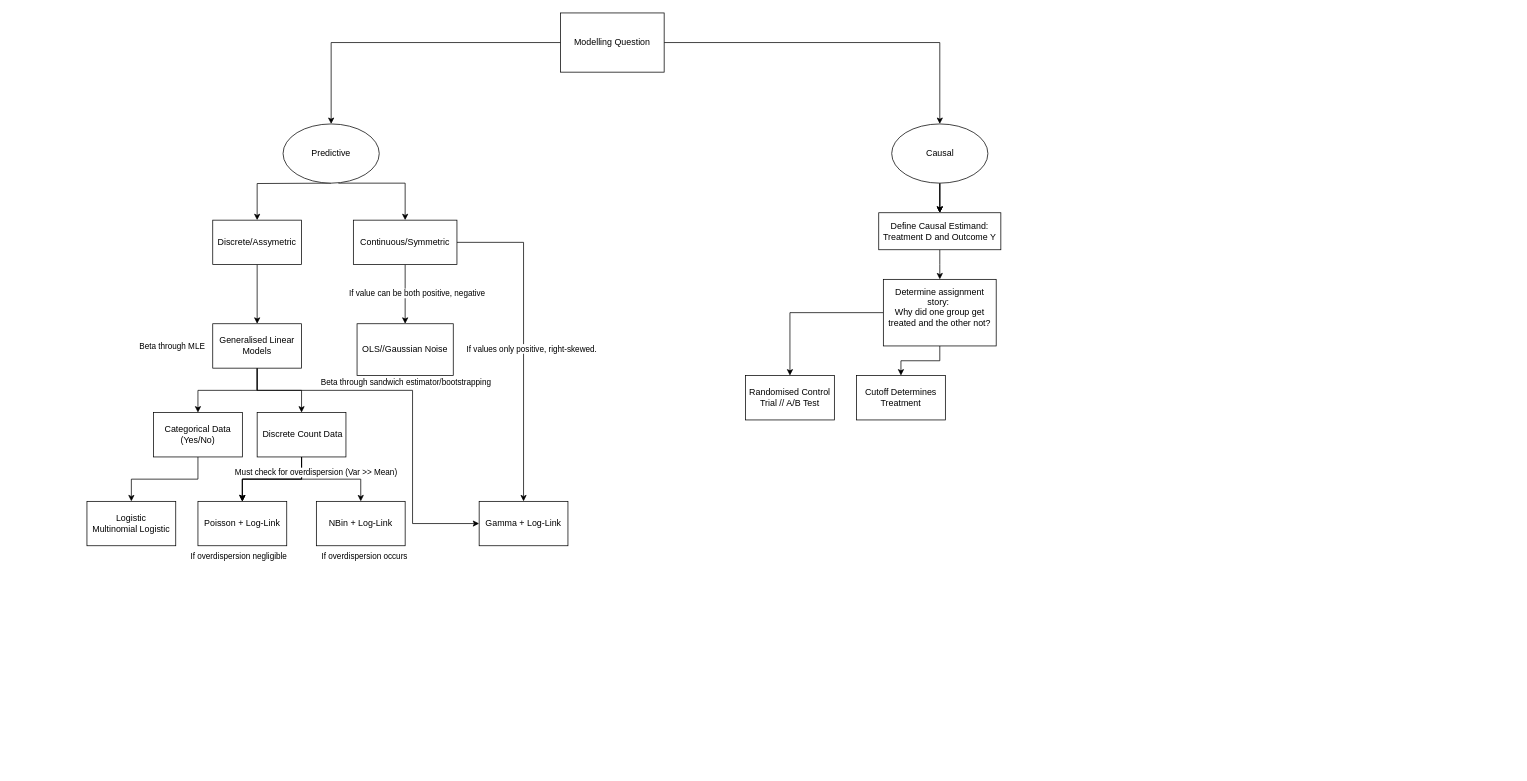
The draw.io diagram page "ModelSelection" (1 of 4) of Model Selection.drawio in henry-a-m-webster/Point72CaseStudy_OTIS, before the edit. Source tidied: cells renumbered, new cells numbered last; positions are measured from the earlier drawing's top-left corner, leaving out a move shared by most shapes. Both pictures are drawn from the tidied source at 74%, with x=0, y=0 at pixel (87, 13).
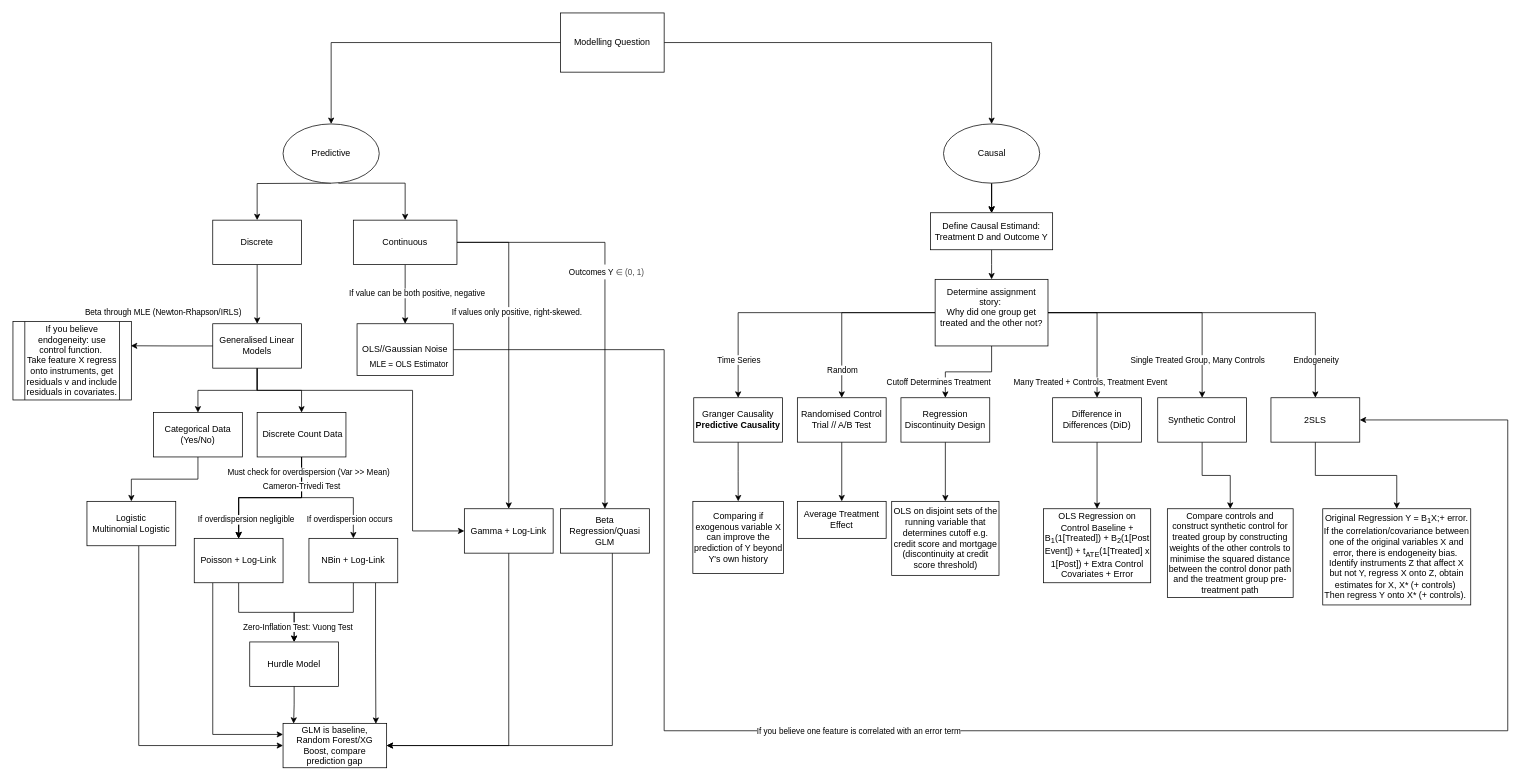
The same page after the edit.

Unchanged cells that the change refers to:
```xml
<mxCell id="17" value="OLS//Gaussian Noise" style="whiteSpace=wrap;html=1;rounded=0;" parent="1" vertex="1">
  <mxGeometry x="365" y="420" width="130" height="70" as="geometry" />
</mxCell>
<mxCell id="21" value="Generalised Linear Models" style="whiteSpace=wrap;html=1;rounded=0;" parent="1" vertex="1">
  <mxGeometry x="170" y="420" width="120" height="60" as="geometry" />
</mxCell>
<mxCell id="27" style="edgeStyle=orthogonalEdgeStyle;rounded=0;jettySize=auto;html=1;" parent="1" edge="1" source="29" target="31">
  <mxGeometry relative="1" as="geometry" />
</mxCell>
<mxCell id="46" value="Logistic&lt;div&gt;Multinomial Logistic&lt;/div&gt;" style="whiteSpace=wrap;html=1;rounded=0;" parent="1" vertex="1">
  <mxGeometry y="660" width="120" height="60" as="geometry" />
</mxCell>
```

What changed in the source:
```diff
@@
     <mxCell id="11" value="Causal" style="ellipse;whiteSpace=wrap;html=1;rounded=0;" parent="1" vertex="1">
-      <mxGeometry x="1087.5" y="150" width="130" height="80" as="geometry" />
+      <mxGeometry x="1157.5" y="150" width="130" height="80" as="geometry" />
     </mxCell>
@@
-    <mxCell id="13" value="Discrete/Assymetric" style="whiteSpace=wrap;html=1;rounded=0;" parent="1" vertex="1">
+    <mxCell id="13" value="Discrete" style="whiteSpace=wrap;html=1;rounded=0;" parent="1" vertex="1">
       <mxGeometry x="170" y="280" width="120" height="60" as="geometry" />
     </mxCell>
@@
+    <mxCell id="47" style="edgeStyle=orthogonalEdgeStyle;rounded=0;jettySize=auto;html=1;entryX=0.5;entryY=0;entryDx=0;entryDy=0;" parent="1" edge="1" source="16" target="63">
+      <mxGeometry relative="1" as="geometry">
+        <Array as="points">
+          <mxPoint x="700" y="310" />
+        </Array>
+      </mxGeometry>
+    </mxCell>
-    <mxCell id="16" value="Continuous/Symmetric" style="whiteSpace=wrap;html=1;rounded=0;" parent="1" vertex="1">
+    <mxCell id="16" value="Continuous" style="whiteSpace=wrap;html=1;rounded=0;" parent="1" vertex="1">
       <mxGeometry x="360" y="280" width="140" height="60" as="geometry" />
     </mxCell>
+    <mxCell id="48" style="edgeStyle=orthogonalEdgeStyle;rounded=0;jettySize=auto;html=1;entryX=1;entryY=0.5;entryDx=0;entryDy=0;" parent="1" edge="1" source="17" target="79">
+      <mxGeometry relative="1" as="geometry">
+        <Array as="points">
+          <mxPoint x="780" y="455" />
+          <mxPoint x="780" y="970" />
+          <mxPoint x="1920" y="970" />
+          <mxPoint x="1920" y="550" />
+        </Array>
+      </mxGeometry>
+    </mxCell>
+    <mxCell id="49" value="If you believe one feature is correlated with an error term" style="edgeLabel;html=1;align=center;verticalAlign=middle;" parent="48" vertex="1">
+      <mxGeometry x="-0.17" relative="1" as="geometry" />
+    </mxCell>
@@
-    <mxCell id="20" style="edgeStyle=orthogonalEdgeStyle;rounded=0;jettySize=auto;html=1;" parent="1" edge="1" source="21" target="43">
+    <mxCell id="20" style="edgeStyle=orthogonalEdgeStyle;rounded=0;jettySize=auto;html=1;entryX=0;entryY=0.5;entryDx=0;entryDy=0;" parent="1" edge="1" source="21" target="43">
       <mxGeometry relative="1" as="geometry">
         <Array as="points">
           <mxPoint x="230" y="510" />
           <mxPoint x="440" y="510" />
+          <mxPoint x="440" y="700" />
         </Array>
       </mxGeometry>
     </mxCell>
@@
     <mxCell id="28" value="Must check for overdispersion (Var &amp;gt;&amp;gt; Mean)&amp;nbsp;" style="edgeLabel;html=1;align=center;verticalAlign=middle;" parent="27" vertex="1">
       <mxGeometry x="0.36" relative="1" as="geometry">
-        <mxPoint x="-45" y="-10" as="offset" />
+        <mxPoint x="-57" y="-35" as="offset" />
       </mxGeometry>
     </mxCell>
@@
+    <mxCell id="50" style="edgeStyle=orthogonalEdgeStyle;rounded=0;jettySize=auto;html=1;" parent="1" edge="1" source="30" target="66">
+      <mxGeometry relative="1" as="geometry" />
+    </mxCell>
+    <mxCell id="51" style="edgeStyle=orthogonalEdgeStyle;rounded=0;jettySize=auto;html=1;entryX=0;entryY=0.25;entryDx=0;entryDy=0;" parent="1" edge="1" source="30" target="90">
+      <mxGeometry relative="1" as="geometry">
+        <Array as="points">
+          <mxPoint x="170" y="975" />
+        </Array>
+      </mxGeometry>
+    </mxCell>
     <mxCell id="30" value="Poisson + Log-Link" style="rounded=0;whiteSpace=wrap;html=1;" parent="1" vertex="1">
-      <mxGeometry x="150" y="660" width="120" height="60" as="geometry" />
+      <mxGeometry x="145" y="710" width="120" height="60" as="geometry" />
     </mxCell>
+    <mxCell id="52" style="edgeStyle=orthogonalEdgeStyle;rounded=0;jettySize=auto;html=1;" parent="1" edge="1" source="31" target="66">
+      <mxGeometry relative="1" as="geometry" />
+    </mxCell>
+    <mxCell id="53" style="edgeStyle=orthogonalEdgeStyle;rounded=0;jettySize=auto;html=1;exitX=0.75;exitY=1;exitDx=0;exitDy=0;entryX=0.896;entryY=0.011;entryDx=0;entryDy=0;entryPerimeter=0;" parent="1" edge="1" source="31" target="90">
+      <mxGeometry relative="1" as="geometry" />
+    </mxCell>
     <mxCell id="31" value="NBin + Log-Link" style="whiteSpace=wrap;html=1;rounded=0;" parent="1" vertex="1">
-      <mxGeometry x="310" y="660" width="120" height="60" as="geometry" />
+      <mxGeometry x="300" y="710" width="120" height="60" as="geometry" />
     </mxCell>
     <mxCell id="32" value="If overdispersion occurs" style="edgeLabel;html=1;align=center;verticalAlign=middle;" parent="1" vertex="1">
-      <mxGeometry x="370" y="740" as="geometry">
+      <mxGeometry x="350" y="690" as="geometry">
         <mxPoint x="4" y="-6" as="offset" />
       </mxGeometry>
     </mxCell>
     <mxCell id="33" value="If overdispersion negligible" style="edgeLabel;html=1;align=center;verticalAlign=middle;" parent="1" vertex="1">
-      <mxGeometry x="200" y="740" as="geometry">
+      <mxGeometry x="210" y="690" as="geometry">
         <mxPoint x="4" y="-6" as="offset" />
       </mxGeometry>
     </mxCell>
-    <mxCell id="34" value="Beta through MLE" style="edgeLabel;html=1;align=center;verticalAlign=middle;" parent="1" vertex="1">
-      <mxGeometry x="110" y="455" as="geometry">
-        <mxPoint x="4" y="-6" as="offset" />
+    <mxCell id="34" value="Beta through MLE (Newton-Rhapson/IRLS)" style="edgeLabel;html=1;align=center;verticalAlign=middle;" parent="1" vertex="1">
+      <mxGeometry x="100" y="405" as="geometry">
+        <mxPoint x="2" y="-2" as="offset" />
       </mxGeometry>
     </mxCell>
-    <mxCell id="35" value="Beta through sandwich estimator/bootstrapping" style="edgeLabel;html=1;align=center;verticalAlign=middle;" parent="1" vertex="1">
-      <mxGeometry x="380" y="500" as="geometry">
-        <mxPoint x="50" y="-2" as="offset" />
-      </mxGeometry>
-    </mxCell>
@@
     <mxCell id="37" value="Define Causal Estimand: Treatment D and Outcome Y" style="rounded=0;whiteSpace=wrap;html=1;" parent="1" vertex="1">
-      <mxGeometry x="1070" y="270" width="165" height="50" as="geometry" />
+      <mxGeometry x="1140" y="270" width="165" height="50" as="geometry" />
     </mxCell>
@@
+    <mxCell id="54" style="edgeStyle=orthogonalEdgeStyle;rounded=0;jettySize=auto;html=1;entryX=0.5;entryY=0;entryDx=0;entryDy=0;" parent="1" edge="1" source="40" target="71">
+      <mxGeometry relative="1" as="geometry" />
+    </mxCell>
+    <mxCell id="55" style="edgeStyle=orthogonalEdgeStyle;rounded=0;jettySize=auto;html=1;" parent="1" edge="1" source="40" target="76">
+      <mxGeometry relative="1" as="geometry" />
+    </mxCell>
+    <mxCell id="56" style="edgeStyle=orthogonalEdgeStyle;rounded=0;jettySize=auto;html=1;" parent="1" edge="1" source="40" target="79">
+      <mxGeometry relative="1" as="geometry" />
+    </mxCell>
+    <mxCell id="57" style="edgeStyle=orthogonalEdgeStyle;rounded=0;jettySize=auto;html=1;" parent="1" edge="1" source="40" target="82">
+      <mxGeometry relative="1" as="geometry" />
+    </mxCell>
     <mxCell id="40" value="Determine assignment story:&amp;nbsp;&lt;div&gt;Why did one group get treated and the other not?&lt;br&gt;&lt;div&gt;&lt;br&gt;&lt;/div&gt;&lt;/div&gt;" style="whiteSpace=wrap;html=1;rounded=0;" parent="1" vertex="1">
-      <mxGeometry x="1076.2" y="360" width="152.5" height="90" as="geometry" />
+      <mxGeometry x="1146.2" y="360" width="152.5" height="90" as="geometry" />
     </mxCell>
+    <mxCell id="58" style="edgeStyle=orthogonalEdgeStyle;rounded=0;jettySize=auto;html=1;" parent="1" edge="1" source="41" target="84">
+      <mxGeometry relative="1" as="geometry" />
+    </mxCell>
     <mxCell id="41" value="Randomised Control Trial // A/B Test" style="whiteSpace=wrap;html=1;rounded=0;" parent="1" vertex="1">
-      <mxGeometry x="890" y="490" width="120" height="60" as="geometry" />
+      <mxGeometry x="960" y="520" width="120" height="60" as="geometry" />
     </mxCell>
+    <mxCell id="59" style="edgeStyle=orthogonalEdgeStyle;rounded=0;jettySize=auto;html=1;" parent="1" edge="1" source="42" target="87">
+      <mxGeometry relative="1" as="geometry" />
+    </mxCell>
-    <mxCell id="42" value="Cutoff Determines Treatment" style="whiteSpace=wrap;html=1;rounded=0;" parent="1" vertex="1">
-      <mxGeometry x="1040" y="490" width="120" height="60" as="geometry" />
+    <mxCell id="42" value="Regression Discontinuity Design" style="whiteSpace=wrap;html=1;rounded=0;" parent="1" vertex="1">
+      <mxGeometry x="1100" y="520" width="120" height="60" as="geometry" />
     </mxCell>
+    <mxCell id="60" style="edgeStyle=orthogonalEdgeStyle;rounded=0;jettySize=auto;html=1;entryX=1;entryY=0.5;entryDx=0;entryDy=0;" parent="1" edge="1" source="43" target="90">
+      <mxGeometry relative="1" as="geometry">
+        <Array as="points">
+          <mxPoint x="570" y="990" />
+        </Array>
+      </mxGeometry>
+    </mxCell>
     <mxCell id="43" value="Gamma + Log-Link" style="whiteSpace=wrap;html=1;rounded=0;" parent="1" vertex="1">
-      <mxGeometry x="530" y="660" width="120" height="60" as="geometry" />
+      <mxGeometry x="510" y="670" width="120" height="60" as="geometry" />
     </mxCell>
@@
     <mxCell id="45" value="If values only positive, right-skewed." style="edgeLabel;html=1;align=center;verticalAlign=middle;" parent="1" vertex="1">
-      <mxGeometry x="550" y="455" as="geometry">
+      <mxGeometry x="530" y="405" as="geometry">
         <mxPoint x="50" y="-2" as="offset" />
       </mxGeometry>
     </mxCell>
+    <mxCell id="61" style="edgeStyle=orthogonalEdgeStyle;rounded=0;jettySize=auto;html=1;entryX=0;entryY=0.5;entryDx=0;entryDy=0;" parent="1" edge="1" source="46" target="90">
+      <mxGeometry relative="1" as="geometry">
+        <Array as="points">
+          <mxPoint x="70" y="990" />
+        </Array>
+      </mxGeometry>
+    </mxCell>
@@
+    <mxCell id="62" style="edgeStyle=orthogonalEdgeStyle;rounded=0;jettySize=auto;html=1;entryX=1;entryY=0.5;entryDx=0;entryDy=0;" parent="1" edge="1" source="63" target="90">
+      <mxGeometry relative="1" as="geometry">
+        <Array as="points">
+          <mxPoint x="710" y="990" />
+        </Array>
+      </mxGeometry>
+    </mxCell>
+    <mxCell id="63" value="Beta Regression/Quasi GLM" style="whiteSpace=wrap;html=1;rounded=0;" parent="1" vertex="1">
+      <mxGeometry x="640" y="670" width="120" height="60" as="geometry" />
+    </mxCell>
+    <mxCell id="64" value="&lt;div style=&quot;text-align: start;&quot;&gt;&lt;br&gt;&lt;/div&gt;" style="edgeLabel;html=1;align=center;verticalAlign=middle;" parent="1" vertex="1">
+      <mxGeometry x="690" y="310" as="geometry">
+        <mxPoint x="60" y="31" as="offset" />
+      </mxGeometry>
+    </mxCell>
+    <mxCell id="65" value="&lt;font style=&quot;font-size: 11px;&quot;&gt;Outcomes Y&amp;nbsp;&lt;span style=&quot;color: rgb(71, 71, 71); font-family: Arial, sans-serif; text-align: start; background-color: rgb(255, 255, 255);&quot;&gt;∈ &lt;/span&gt;&lt;span style=&quot;color: rgb(71, 71, 71); font-family: Arial, sans-serif; text-align: start; background-color: rgb(255, 255, 255);&quot;&gt;(0, 1)&lt;/span&gt;&lt;/font&gt;" style="text;html=1;whiteSpace=wrap;strokeColor=none;fillColor=default;align=center;verticalAlign=middle;rounded=0;" parent="1" vertex="1">
+      <mxGeometry x="645" y="340" width="115" height="20" as="geometry" />
+    </mxCell>
+    <mxCell id="66" value="Hurdle Model" style="whiteSpace=wrap;html=1;rounded=0;" parent="1" vertex="1">
+      <mxGeometry x="220" y="850" width="120" height="60" as="geometry" />
+    </mxCell>
+    <mxCell id="67" value="Cameron-Trivedi Test" style="edgeLabel;html=1;align=center;verticalAlign=middle;" parent="1" vertex="1">
+      <mxGeometry x="270" y="630" as="geometry">
+        <mxPoint x="19" y="9" as="offset" />
+      </mxGeometry>
+    </mxCell>
+    <mxCell id="68" value="Zero-Inflation Test: Vuong Test" style="edgeLabel;html=1;align=center;verticalAlign=middle;" parent="1" vertex="1">
+      <mxGeometry x="265" y="820" as="geometry">
+        <mxPoint x="19" y="9" as="offset" />
+      </mxGeometry>
+    </mxCell>
+    <mxCell id="69" value="MLE = OLS Estimator" style="edgeLabel;html=1;align=center;verticalAlign=middle;" parent="1" vertex="1">
+      <mxGeometry x="430" y="480" as="geometry">
+        <mxPoint x="4" y="-6" as="offset" />
+      </mxGeometry>
+    </mxCell>
+    <mxCell id="70" style="edgeStyle=orthogonalEdgeStyle;rounded=0;jettySize=auto;html=1;" parent="1" edge="1" source="71" target="86">
+      <mxGeometry relative="1" as="geometry" />
+    </mxCell>
+    <mxCell id="71" value="Difference in Differences (DiD)" style="whiteSpace=wrap;html=1;rounded=0;" parent="1" vertex="1">
+      <mxGeometry x="1305" y="520" width="120" height="60" as="geometry" />
+    </mxCell>
+    <mxCell id="72" value="Random" style="edgeLabel;html=1;align=center;verticalAlign=middle;" parent="1" vertex="1">
+      <mxGeometry x="970" y="484" as="geometry">
+        <mxPoint x="50" y="-2" as="offset" />
+      </mxGeometry>
+    </mxCell>
+    <mxCell id="73" value="Cutoff Determines Treatment" style="edgeLabel;html=1;align=center;verticalAlign=middle;" parent="1" vertex="1">
+      <mxGeometry x="1100" y="500" as="geometry">
+        <mxPoint x="50" y="-2" as="offset" />
+      </mxGeometry>
+    </mxCell>
+    <mxCell id="74" value="Many Treated + Controls, Treatment Event" style="edgeLabel;html=1;align=center;verticalAlign=middle;" parent="1" vertex="1">
+      <mxGeometry x="1305" y="500" as="geometry">
+        <mxPoint x="50" y="-2" as="offset" />
+      </mxGeometry>
+    </mxCell>
+    <mxCell id="75" style="edgeStyle=orthogonalEdgeStyle;rounded=0;jettySize=auto;html=1;" parent="1" edge="1" source="76" target="88">
+      <mxGeometry relative="1" as="geometry" />
+    </mxCell>
+    <mxCell id="76" value="Synthetic Control" style="whiteSpace=wrap;html=1;rounded=0;" parent="1" vertex="1">
+      <mxGeometry x="1447" y="520" width="120" height="60" as="geometry" />
+    </mxCell>
+    <mxCell id="77" value="Single Treated Group, Many Controls" style="edgeLabel;html=1;align=center;verticalAlign=middle;" parent="1" vertex="1">
+      <mxGeometry x="1450" y="470" as="geometry">
+        <mxPoint x="50" y="-2" as="offset" />
+      </mxGeometry>
+    </mxCell>
+    <mxCell id="78" style="edgeStyle=orthogonalEdgeStyle;rounded=0;jettySize=auto;html=1;" parent="1" edge="1" source="79" target="89">
+      <mxGeometry relative="1" as="geometry" />
+    </mxCell>
+    <mxCell id="79" value="2SLS" style="whiteSpace=wrap;html=1;rounded=0;" parent="1" vertex="1">
+      <mxGeometry x="1600" y="520" width="120" height="60" as="geometry" />
+    </mxCell>
+    <mxCell id="80" value="Endogeneity" style="edgeLabel;html=1;align=center;verticalAlign=middle;" parent="1" vertex="1">
+      <mxGeometry x="1610" y="470" as="geometry">
+        <mxPoint x="50" y="-2" as="offset" />
+      </mxGeometry>
+    </mxCell>
+    <mxCell id="81" style="edgeStyle=orthogonalEdgeStyle;rounded=0;jettySize=auto;html=1;" parent="1" edge="1" source="82" target="85">
+      <mxGeometry relative="1" as="geometry" />
+    </mxCell>
+    <mxCell id="82" value="Granger Causality&lt;br&gt;&lt;b&gt;Predictive Causality&lt;/b&gt;" style="whiteSpace=wrap;html=1;rounded=0;" parent="1" vertex="1">
+      <mxGeometry x="820" y="520" width="120" height="60" as="geometry" />
+    </mxCell>
+    <mxCell id="83" value="Time Series" style="edgeLabel;html=1;align=center;verticalAlign=middle;" parent="1" vertex="1">
+      <mxGeometry x="830" y="470" as="geometry">
+        <mxPoint x="50" y="-2" as="offset" />
+      </mxGeometry>
+    </mxCell>
+    <mxCell id="84" value="Average Treatment Effect" style="whiteSpace=wrap;html=1;rounded=0;" parent="1" vertex="1">
+      <mxGeometry x="960" y="660" width="120" height="50" as="geometry" />
+    </mxCell>
+    <mxCell id="85" value="Comparing if exogenous variable X can improve the prediction of Y beyond Y's own history" style="whiteSpace=wrap;html=1;rounded=0;" parent="1" vertex="1">
+      <mxGeometry x="818.8" y="660" width="122.5" height="97.5" as="geometry" />
+    </mxCell>
+    <mxCell id="86" value="OLS Regression on Control Baseline + B&lt;sub&gt;1&lt;/sub&gt;(1[Treated]) + B&lt;sub&gt;2&lt;/sub&gt;(1[Post Event]) + t&lt;sub&gt;ATE&lt;/sub&gt;(1[Treated] x 1[Post]) + Extra Control Covariates + Error" style="whiteSpace=wrap;html=1;rounded=0;" parent="1" vertex="1">
+      <mxGeometry x="1292.5" y="670" width="145" height="100" as="geometry" />
+    </mxCell>
+    <mxCell id="87" value="OLS on disjoint sets of the running variable that determines cutoff e.g. credit score and mortgage (discontinuity at credit score threshold)" style="whiteSpace=wrap;html=1;rounded=0;" parent="1" vertex="1">
+      <mxGeometry x="1087.5" y="660" width="145" height="100" as="geometry" />
+    </mxCell>
+    <mxCell id="88" value="Compare controls and construct synthetic control for treated group by constructing weights of the other controls to minimise the squared distance between the control donor path and the treatment group pre-treatment path" style="whiteSpace=wrap;html=1;rounded=0;" parent="1" vertex="1">
+      <mxGeometry x="1460" y="670" width="170" height="120" as="geometry" />
+    </mxCell>
+    <mxCell id="89" value="Original Regression Y = B&lt;sub&gt;1&lt;/sub&gt;X;+ error. If the correlation/covariance between one of the original variables X and error, there is endogeneity bias.&amp;nbsp;&lt;br&gt;&lt;div&gt;Identify instruments Z that affect X but not Y, regress X onto Z, obtain estimates for X, X* (+ controls)&amp;nbsp;&lt;br&gt;Then regress Y onto X* (+ controls).&amp;nbsp;&lt;/div&gt;" style="whiteSpace=wrap;html=1;rounded=0;" parent="1" vertex="1">
+      <mxGeometry x="1670" y="670" width="200" height="130" as="geometry" />
+    </mxCell>
+    <mxCell id="90" value="GLM is baseline, Random Forest/XG Boost, compare prediction gap" style="rounded=0;whiteSpace=wrap;html=1;" parent="1" vertex="1">
+      <mxGeometry x="265" y="960" width="140" height="60" as="geometry" />
+    </mxCell>
+    <mxCell id="91" style="edgeStyle=orthogonalEdgeStyle;rounded=0;jettySize=auto;html=1;entryX=0.102;entryY=0.007;entryDx=0;entryDy=0;entryPerimeter=0;" parent="1" edge="1" source="66" target="90">
+      <mxGeometry relative="1" as="geometry" />
+    </mxCell>
+    <mxCell id="92" value="If you believe endogeneity: use control function.&amp;nbsp;&lt;br&gt;Take feature X regress onto instruments, get residuals v and include residuals in covariates." style="shape=process;whiteSpace=wrap;html=1;backgroundOutline=1;" parent="1" vertex="1">
+      <mxGeometry x="-100" y="417" width="160" height="106" as="geometry" />
+    </mxCell>
+    <mxCell id="93" style="edgeStyle=orthogonalEdgeStyle;rounded=0;jettySize=auto;html=1;entryX=0.996;entryY=0.309;entryDx=0;entryDy=0;entryPerimeter=0;" parent="1" edge="1" source="21" target="92">
+      <mxGeometry relative="1" as="geometry" />
+    </mxCell>
```
